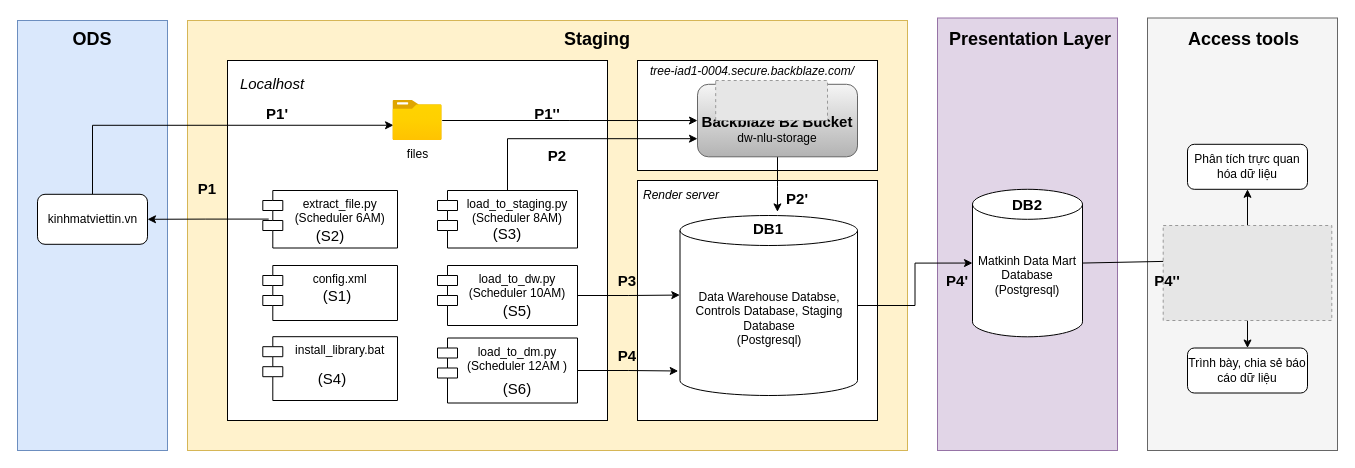
million-dollar-dev/nlu-data-warehouse_project keeps this draw.io diagram as page "Architecture" (1 of 4) of architecture.drawio. Above is the earlier version. Source tidied: cells renumbered, new cells numbered last; positions are measured from the earlier drawing's top-left corner, leaving out a move shared by most shapes. Both pictures are drawn from the tidied source at 100%, with x=0, y=0 at pixel (17, 18). Pictures stored in the file or linked from it are replaced by grey dashed boxes.
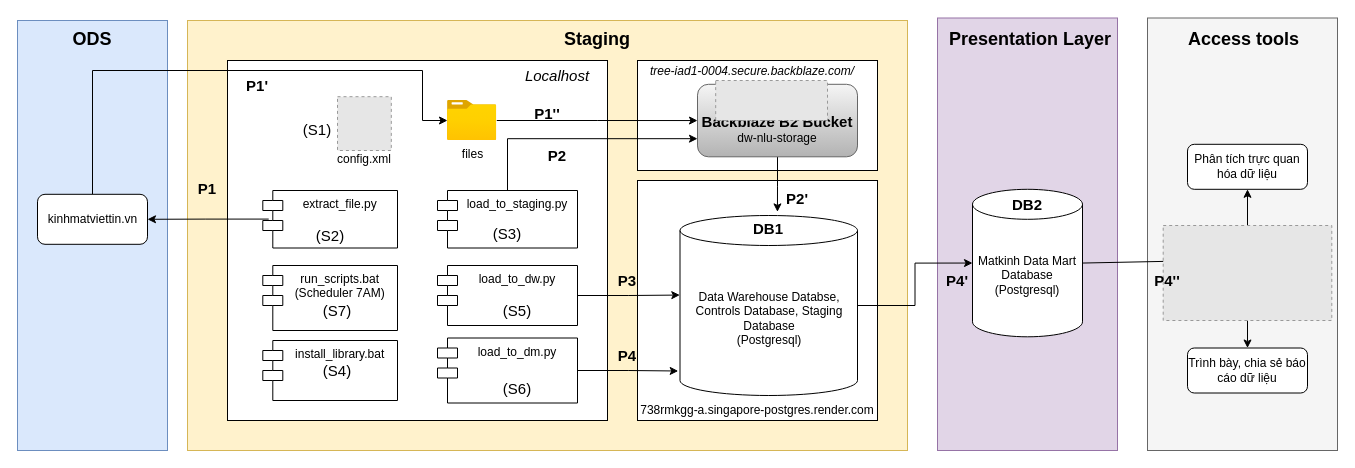
After the change.

The change refers to these unchanged cells:
```xml
<mxCell id="6" value="kinhmatviettin.vn" style="html=1;rounded=1;" parent="1" vertex="1">
  <mxGeometry x="20" y="175.8" width="110" height="50" as="geometry" />
</mxCell>
```

Change to the diagram source:
```diff
@@
-    <mxCell id="5" style="edgeStyle=orthogonalEdgeStyle;rounded=0;jettySize=auto;html=1;exitX=0.5;exitY=0;exitDx=0;exitDy=0;entryX=0.013;entryY=0.619;entryDx=0;entryDy=0;entryPerimeter=0;" parent="1" edge="1" source="6" target="16">
+    <mxCell id="5" style="edgeStyle=orthogonalEdgeStyle;rounded=0;jettySize=auto;html=1;exitX=0.5;exitY=0;exitDx=0;exitDy=0;" parent="1" edge="1" source="6" target="16">
       <mxGeometry relative="1" as="geometry">
         <Array as="points">
-          <mxPoint x="75" y="107" />
+          <mxPoint x="75" y="52" />
+          <mxPoint x="405" y="52" />
         </Array>
       </mxGeometry>
     </mxCell>
@@
-    <mxCell id="10" value="extract_file.py&#10;(Scheduler 6AM)" style="shape=module;align=left;spacingLeft=20;align=center;verticalAlign=top;" parent="1" vertex="1">
+    <mxCell id="10" value="extract_file.py" style="shape=module;align=left;spacingLeft=20;align=center;verticalAlign=top;" parent="1" vertex="1">
       <mxGeometry x="245.3" y="172" width="134.7" height="57.5" as="geometry" />
     </mxCell>
-    <mxCell id="11" value="config.xml" style="shape=module;align=left;spacingLeft=20;align=center;verticalAlign=top;" parent="1" vertex="1">
-      <mxGeometry x="245.3" y="247" width="134.7" height="55" as="geometry" />
+    <mxCell id="11" value="run_scripts.bat&#10;(Scheduler 7AM)" style="shape=module;align=left;spacingLeft=20;align=center;verticalAlign=top;" parent="1" vertex="1">
+      <mxGeometry x="245.3" y="247" width="134.7" height="65" as="geometry" />
     </mxCell>
@@
-    <mxCell id="13" value="load_to_dw.py&#10;(Scheduler 10AM)" style="shape=module;align=left;spacingLeft=20;align=center;verticalAlign=top;" parent="1" vertex="1">
+    <mxCell id="13" value="load_to_dw.py" style="shape=module;align=left;spacingLeft=20;align=center;verticalAlign=top;" parent="1" vertex="1">
       <mxGeometry x="420" y="247" width="140" height="60" as="geometry" />
     </mxCell>
     <mxCell id="14" value="install_library.bat" style="shape=module;align=left;spacingLeft=20;align=center;verticalAlign=top;" parent="1" vertex="1">
-      <mxGeometry x="245.3" y="318.2" width="134.7" height="63.8" as="geometry" />
+      <mxGeometry x="245.3" y="322" width="134.7" height="60" as="geometry" />
     </mxCell>
@@
     <mxCell id="16" value="files" style="html=1;points=[];align=center;image;fontSize=12;image=img/lib/azure2/general/Folder_Blank.svg;" parent="1" vertex="1">
-      <mxGeometry x="375.4" y="82" width="49.3" height="40" as="geometry" />
+      <mxGeometry x="430" y="82" width="49.3" height="40" as="geometry" />
     </mxCell>
@@
-    <mxCell id="18" value="load_to_dm.py&#10;(Scheduler 12AM )" style="shape=module;align=left;spacingLeft=20;align=center;verticalAlign=top;" parent="1" vertex="1">
+    <mxCell id="18" value="load_to_dm.py" style="shape=module;align=left;spacingLeft=20;align=center;verticalAlign=top;" parent="1" vertex="1">
       <mxGeometry x="420" y="319.5" width="140" height="65" as="geometry" />
     </mxCell>
@@
-    <mxCell id="20" value="load_to_staging.py&#10;(Scheduler 8AM)" style="shape=module;align=left;spacingLeft=20;align=center;verticalAlign=top;" parent="1" vertex="1">
+    <mxCell id="20" value="load_to_staging.py" style="shape=module;align=left;spacingLeft=20;align=center;verticalAlign=top;" parent="1" vertex="1">
       <mxGeometry x="420" y="172" width="140" height="57.5" as="geometry" />
     </mxCell>
@@
     <mxCell id="29" value="(S1)" style="text;html=1;strokeColor=none;fillColor=none;align=center;verticalAlign=middle;whiteSpace=wrap;rounded=0;fontSize=15;" parent="1" vertex="1">
-      <mxGeometry x="290" y="262" width="60" height="30" as="geometry" />
+      <mxGeometry x="270" y="95.8" width="60" height="30" as="geometry" />
     </mxCell>
@@
     <mxCell id="31" value="(S4)" style="text;html=1;strokeColor=none;fillColor=none;align=center;verticalAlign=middle;whiteSpace=wrap;rounded=0;fontSize=15;" parent="1" vertex="1">
-      <mxGeometry x="285" y="344.5" width="60" height="30" as="geometry" />
+      <mxGeometry x="290" y="337" width="60" height="30" as="geometry" />
     </mxCell>
@@
     <mxCell id="34" value="&lt;i&gt;Localhost&lt;/i&gt;" style="text;html=1;strokeColor=none;fillColor=none;align=center;verticalAlign=middle;whiteSpace=wrap;rounded=0;fontSize=15;" parent="1" vertex="1">
-      <mxGeometry x="225" y="49.5" width="60" height="30" as="geometry" />
+      <mxGeometry x="510" y="42" width="60" height="30" as="geometry" />
     </mxCell>
@@
     <mxCell id="43" value="&lt;b&gt;P1'&lt;/b&gt;" style="text;html=1;strokeColor=none;fillColor=none;align=center;verticalAlign=middle;whiteSpace=wrap;rounded=0;fontSize=15;" parent="1" vertex="1">
-      <mxGeometry x="230" y="79.5" width="60" height="30" as="geometry" />
+      <mxGeometry x="210" y="52" width="60" height="30" as="geometry" />
     </mxCell>
@@
-    <mxCell id="52" value="&lt;i&gt;Render server&lt;/i&gt;" style="text;html=1;strokeColor=none;fillColor=none;align=center;verticalAlign=middle;whiteSpace=wrap;rounded=0;fontSize=12;" parent="1" vertex="1">
-      <mxGeometry x="590" y="162" width="147.5" height="30" as="geometry" />
-    </mxCell>
@@
+    <mxCell id="59" value="738rmkgg-a.singapore-postgres.render.com" style="text;html=1;strokeColor=none;fillColor=none;align=center;verticalAlign=middle;whiteSpace=wrap;rounded=0;" parent="1" vertex="1">
+      <mxGeometry x="560" y="377" width="360" height="30" as="geometry" />
+    </mxCell>
+    <mxCell id="60" style="fillColor=#E6E6E6;strokeColor=#999999;dashed=1;verticalLabelPosition=bottom;verticalAlign=top;" parent="1" vertex="1">
+      <mxGeometry x="320" y="78.2" width="53.8" height="53.8" as="geometry" />
+    </mxCell>
+    <mxCell id="61" value="config.xml" style="text;html=1;strokeColor=none;fillColor=none;align=center;verticalAlign=middle;whiteSpace=wrap;rounded=0;" parent="1" vertex="1">
+      <mxGeometry x="316.9" y="125.8" width="60" height="30" as="geometry" />
+    </mxCell>
+    <mxCell id="62" value="(S7)" style="text;html=1;strokeColor=none;fillColor=none;align=center;verticalAlign=middle;whiteSpace=wrap;rounded=0;fontSize=15;" parent="1" vertex="1">
+      <mxGeometry x="290" y="277" width="60" height="30" as="geometry" />
+    </mxCell>
```
